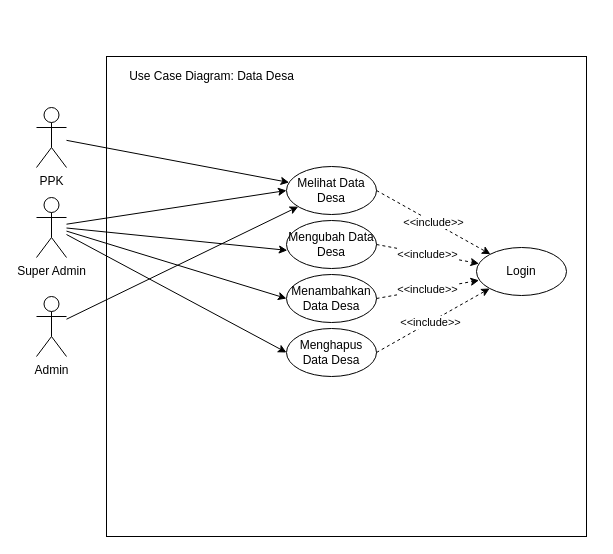
Earlier version of the draw.io diagram page "Desa" (4 of 13) of screenshot/usecasediagram.drawio (ilhamtaufiq/simspald). Source tidied: cells renumbered, new cells numbered last; positions are measured from the earlier drawing's top-left corner, leaving out a move shared by most shapes. Both pictures are drawn from the tidied source at 100%, with x=0, y=0 at pixel (36, 56).
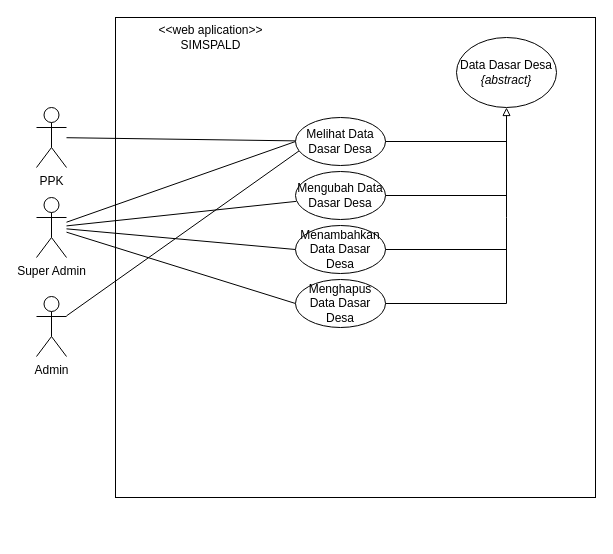
The same page after the edit.

Unchanged cells that the change refers to:
```xml
<mxCell id="19" value="Super Admin" style="shape=umlActor;verticalLabelPosition=bottom;verticalAlign=top;html=1;outlineConnect=0;" parent="1" vertex="1">
  <mxGeometry y="141" width="30" height="60" as="geometry" />
</mxCell>
<mxCell id="21" value="Admin" style="shape=umlActor;verticalLabelPosition=bottom;verticalAlign=top;html=1;outlineConnect=0;" parent="1" vertex="1">
  <mxGeometry y="240" width="30" height="60" as="geometry" />
</mxCell>
<mxCell id="23" value="PPK" style="shape=umlActor;verticalLabelPosition=bottom;verticalAlign=top;html=1;outlineConnect=0;fillColor=none;" parent="1" vertex="1">
  <mxGeometry y="51" width="30" height="60" as="geometry" />
</mxCell>
```

Change to the diagram source:
```diff
@@
-    <mxCell id="2" style="whiteSpace=wrap;html=1;fillColor=none;" parent="1" vertex="1">
-      <mxGeometry x="70" width="480" height="480" as="geometry" />
-    </mxCell>
-    <mxCell id="3" style="rounded=0;jettySize=auto;html=1;entryX=0;entryY=0.5;entryDx=0;entryDy=0;" parent="1" edge="1" target="8">
-      <mxGeometry relative="1" as="geometry">
-        <mxPoint x="30" y="167.7" as="sourcePoint" />
-      </mxGeometry>
-    </mxCell>
-    <mxCell id="4" style="edgeStyle=none;rounded=0;jettySize=auto;html=1;entryX=0.009;entryY=0.378;entryDx=0;entryDy=0;entryPerimeter=0;strokeColor=#000000;" parent="1" edge="1" target="9">
-      <mxGeometry relative="1" as="geometry">
-        <mxPoint x="30" y="171.5" as="sourcePoint" />
-      </mxGeometry>
-    </mxCell>
-    <mxCell id="5" style="edgeStyle=none;rounded=0;jettySize=auto;html=1;entryX=0;entryY=0.5;entryDx=0;entryDy=0;strokeColor=#000000;" parent="1" edge="1" target="11">
-      <mxGeometry relative="1" as="geometry">
-        <mxPoint x="30" y="174.6" as="sourcePoint" />
-      </mxGeometry>
-    </mxCell>
-    <mxCell id="6" style="edgeStyle=none;rounded=0;jettySize=auto;html=1;entryX=0;entryY=0.5;entryDx=0;entryDy=0;strokeColor=#000000;" parent="1" edge="1" target="10">
-      <mxGeometry relative="1" as="geometry">
-        <mxPoint x="30" y="178" as="sourcePoint" />
-      </mxGeometry>
-    </mxCell>
-    <mxCell id="7" style="group;" parent="1" vertex="1">
-      <mxGeometry x="250" y="110" width="90" height="210" as="geometry" />
-    </mxCell>
-    <mxCell id="8" value="Melihat Data Desa" style="ellipse;whiteSpace=wrap;html=1;flipV=1;" parent="7" vertex="1">
-      <mxGeometry width="90" height="48" as="geometry" />
-    </mxCell>
-    <mxCell id="9" value="Mengubah Data Desa" style="ellipse;whiteSpace=wrap;html=1;flipV=1;" parent="7" vertex="1">
-      <mxGeometry y="54" width="90" height="48" as="geometry" />
-    </mxCell>
-    <mxCell id="10" value="Menghapus Data Desa" style="ellipse;whiteSpace=wrap;html=1;flipV=1;" parent="7" vertex="1">
-      <mxGeometry y="162" width="90" height="48" as="geometry" />
-    </mxCell>
-    <mxCell id="11" value="Menambahkan Data Desa" style="ellipse;whiteSpace=wrap;html=1;flipV=1;" parent="7" vertex="1">
-      <mxGeometry y="108" width="90" height="48" as="geometry" />
-    </mxCell>
-    <mxCell id="12" value="Login" style="ellipse;whiteSpace=wrap;html=1;flipV=1;" parent="1" vertex="1">
-      <mxGeometry x="440" y="191" width="90" height="48" as="geometry" />
-    </mxCell>
-    <mxCell id="13" value="&amp;lt;&amp;lt;include&amp;gt;&amp;gt;" style="edgeStyle=none;rounded=0;jettySize=auto;html=1;exitX=1;exitY=0.5;exitDx=0;exitDy=0;strokeColor=#000000;dashed=1;shadow=0;" parent="1" edge="1" source="8" target="12">
-      <mxGeometry relative="1" as="geometry" />
-    </mxCell>
-    <mxCell id="14" value="&amp;lt;&amp;lt;include&amp;gt;&amp;gt;" style="edgeStyle=none;rounded=0;jettySize=auto;html=1;exitX=1;exitY=0.5;exitDx=0;exitDy=0;dashed=1;strokeColor=#000000;" parent="1" edge="1" source="9" target="12">
-      <mxGeometry relative="1" as="geometry" />
-    </mxCell>
-    <mxCell id="15" value="&amp;lt;&amp;lt;include&amp;gt;&amp;gt;" style="edgeStyle=none;rounded=0;jettySize=auto;html=1;exitX=1;exitY=0.5;exitDx=0;exitDy=0;entryX=0.028;entryY=0.316;entryDx=0;entryDy=0;entryPerimeter=0;dashed=1;strokeColor=#000000;" parent="1" edge="1" source="11" target="12">
-      <mxGeometry relative="1" as="geometry" />
-    </mxCell>
-    <mxCell id="16" style="edgeStyle=none;rounded=0;jettySize=auto;html=1;exitX=1;exitY=0.5;exitDx=0;exitDy=0;entryX=0;entryY=1;entryDx=0;entryDy=0;dashed=1;strokeColor=#000000;" parent="1" edge="1" source="10" target="12">
-      <mxGeometry relative="1" as="geometry" />
-    </mxCell>
-    <mxCell id="17" value="&amp;lt;&amp;lt;include&amp;gt;&amp;gt;" style="edgeLabel;html=1;align=center;verticalAlign=middle;" parent="16" vertex="1">
-      <mxGeometry x="-0.06" relative="1" as="geometry" />
-    </mxCell>
-    <mxCell id="18" value="Use Case Diagram: Data Desa" style="text;html=1;strokeColor=none;fillColor=none;align=center;verticalAlign=middle;whiteSpace=wrap;rounded=0;" parent="1" vertex="1">
-      <mxGeometry x="70" y="10" width="211" height="20" as="geometry" />
-    </mxCell>
+    <mxCell id="24" style="whiteSpace=wrap;html=1;fillColor=none;" parent="1" vertex="1">
+      <mxGeometry x="79" y="-39" width="480" height="480" as="geometry" />
+    </mxCell>
+    <mxCell id="25" style="rounded=0;jettySize=auto;html=1;entryX=0;entryY=0.5;entryDx=0;entryDy=0;endArrow=none;endFill=0;" parent="1" edge="1" source="19" target="31">
+      <mxGeometry relative="1" as="geometry" />
+    </mxCell>
+    <mxCell id="26" style="edgeStyle=none;rounded=0;jettySize=auto;html=1;entryX=0.009;entryY=0.378;entryDx=0;entryDy=0;entryPerimeter=0;strokeColor=#000000;endArrow=none;endFill=0;" parent="1" edge="1" source="19" target="32">
+      <mxGeometry relative="1" as="geometry" />
+    </mxCell>
+    <mxCell id="27" style="edgeStyle=none;rounded=0;jettySize=auto;html=1;entryX=0;entryY=0.5;entryDx=0;entryDy=0;strokeColor=#000000;endArrow=none;endFill=0;" parent="1" edge="1" source="19" target="34">
+      <mxGeometry relative="1" as="geometry" />
+    </mxCell>
+    <mxCell id="28" style="edgeStyle=none;rounded=0;jettySize=auto;html=1;entryX=0;entryY=0.5;entryDx=0;entryDy=0;strokeColor=#000000;endArrow=none;endFill=0;" parent="1" edge="1" source="19" target="33">
+      <mxGeometry relative="1" as="geometry" />
+    </mxCell>
@@
-    <mxCell id="20" style="edgeStyle=none;rounded=0;jettySize=auto;html=1;shadow=0;strokeColor=#000000;" parent="1" edge="1" source="21" target="8">
-      <mxGeometry relative="1" as="geometry" />
-    </mxCell>
+    <mxCell id="29" style="edgeStyle=none;rounded=0;jettySize=auto;html=1;entryX=0.046;entryY=0.313;entryDx=0;entryDy=0;entryPerimeter=0;strokeColor=#000000;endArrow=none;endFill=0;" parent="1" edge="1" source="21" target="31">
+      <mxGeometry relative="1" as="geometry" />
+    </mxCell>
@@
-    <mxCell id="22" style="edgeStyle=none;rounded=0;jettySize=auto;html=1;shadow=0;strokeColor=#000000;" parent="1" edge="1" source="23" target="8">
-      <mxGeometry relative="1" as="geometry" />
-    </mxCell>
+    <mxCell id="30" style="group;" parent="1" vertex="1">
+      <mxGeometry x="259" y="61" width="90" height="210" as="geometry" />
+    </mxCell>
+    <mxCell id="31" value="Melihat Data Dasar Desa" style="ellipse;whiteSpace=wrap;html=1;flipV=1;" parent="30" vertex="1">
+      <mxGeometry width="90" height="48" as="geometry" />
+    </mxCell>
+    <mxCell id="32" value="Mengubah Data Dasar Desa" style="ellipse;whiteSpace=wrap;html=1;flipV=1;" parent="30" vertex="1">
+      <mxGeometry y="54" width="90" height="48" as="geometry" />
+    </mxCell>
+    <mxCell id="33" value="Menghapus Data Dasar Desa" style="ellipse;whiteSpace=wrap;html=1;flipV=1;" parent="30" vertex="1">
+      <mxGeometry y="162" width="90" height="48" as="geometry" />
+    </mxCell>
+    <mxCell id="34" value="Menambahkan Data Dasar Desa" style="ellipse;whiteSpace=wrap;html=1;flipV=1;" parent="30" vertex="1">
+      <mxGeometry y="108" width="90" height="48" as="geometry" />
+    </mxCell>
+    <mxCell id="35" style="edgeStyle=none;rounded=0;jettySize=auto;html=1;shadow=0;strokeColor=#000000;endArrow=none;endFill=0;" parent="1" edge="1" source="23" target="31">
+      <mxGeometry relative="1" as="geometry" />
+    </mxCell>
@@
+    <mxCell id="36" value="&lt;div&gt;&amp;lt;&amp;lt;web aplication&amp;gt;&amp;gt;&lt;/div&gt;&lt;div&gt;SIMSPALD&lt;br&gt;&lt;/div&gt;" style="text;html=1;strokeColor=none;fillColor=none;align=center;verticalAlign=middle;whiteSpace=wrap;rounded=0;" parent="1" vertex="1">
+      <mxGeometry x="79" y="-39" width="191" height="40" as="geometry" />
+    </mxCell>
+    <mxCell id="37" style="edgeStyle=none;rounded=0;jettySize=auto;html=1;entryX=0.5;entryY=1;entryDx=0;entryDy=0;shadow=0;startArrow=none;startFill=0;endArrow=block;endFill=0;strokeColor=#000000;exitX=1;exitY=0.5;exitDx=0;exitDy=0;" parent="1" edge="1" source="33">
+      <mxGeometry relative="1" as="geometry">
+        <mxPoint x="470" y="51" as="targetPoint" />
+        <Array as="points">
+          <mxPoint x="470" y="247" />
+          <mxPoint x="470" y="161" />
+        </Array>
+      </mxGeometry>
+    </mxCell>
+    <mxCell id="38" style="edgeStyle=none;rounded=0;jettySize=auto;html=1;shadow=0;startArrow=none;startFill=0;endArrow=none;endFill=0;strokeColor=#000000;" parent="1" edge="1" source="34">
+      <mxGeometry relative="1" as="geometry">
+        <mxPoint x="470" y="193" as="targetPoint" />
+      </mxGeometry>
+    </mxCell>
+    <mxCell id="39" style="edgeStyle=none;rounded=0;jettySize=auto;html=1;shadow=0;startArrow=none;startFill=0;endArrow=none;endFill=0;strokeColor=#000000;" parent="1" edge="1" source="32">
+      <mxGeometry relative="1" as="geometry">
+        <mxPoint x="470" y="139" as="targetPoint" />
+      </mxGeometry>
+    </mxCell>
+    <mxCell id="40" style="edgeStyle=none;rounded=0;jettySize=auto;html=1;shadow=0;startArrow=none;startFill=0;endArrow=none;endFill=0;strokeColor=#000000;" parent="1" edge="1" source="31">
+      <mxGeometry relative="1" as="geometry">
+        <mxPoint x="470" y="85" as="targetPoint" />
+      </mxGeometry>
+    </mxCell>
+    <mxCell id="41" value="&lt;div&gt;Data Dasar Desa&lt;br&gt;&lt;/div&gt;&lt;div&gt;&lt;i&gt;{abstract}&lt;/i&gt;&lt;br&gt;&lt;/div&gt;" style="ellipse;whiteSpace=wrap;html=1;fillColor=none;" parent="1" vertex="1">
+      <mxGeometry x="420" y="-19" width="100" height="70" as="geometry" />
+    </mxCell>
```
